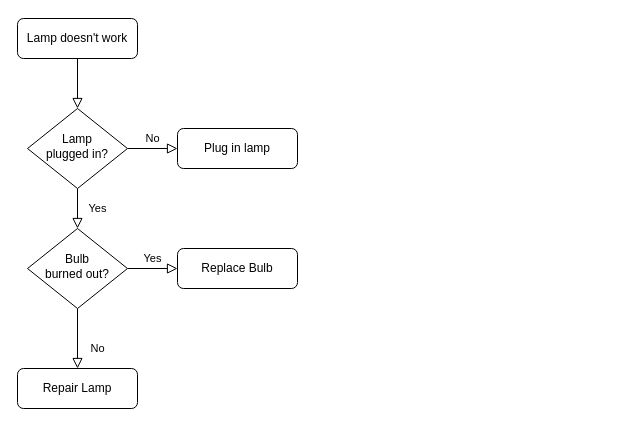
The draw.io diagram Flowchart.drawio in SacredDoggo/sem-6-project-diagrams, before the edit. Source tidied: cells renumbered, new cells numbered last; positions are measured from the earlier drawing's top-left corner, leaving out a move shared by most shapes. Both pictures are drawn from the tidied source at 100%, with x=0, y=0 at pixel (17, 18).
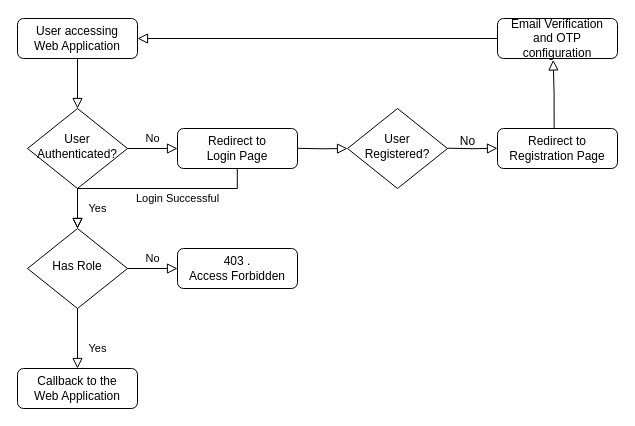
After the change.

Diff of the diagram source:
```diff
@@
-    <mxCell id="3" value="Lamp doesn't work" style="rounded=1;whiteSpace=wrap;html=1;fontSize=12;glass=0;strokeWidth=1;shadow=0;" parent="1" vertex="1">
+    <mxCell id="3" value="&lt;div&gt;User accessing&lt;/div&gt;&lt;div&gt;Web Application&lt;br&gt;&lt;/div&gt;" style="rounded=1;whiteSpace=wrap;html=1;fontSize=12;glass=0;strokeWidth=1;shadow=0;" parent="1" vertex="1">
       <mxGeometry width="120" height="40" as="geometry" />
     </mxCell>
@@
-    <mxCell id="6" value="Lamp&lt;br&gt;plugged in?" style="rhombus;whiteSpace=wrap;html=1;shadow=0;fontFamily=Helvetica;fontSize=12;align=center;strokeWidth=1;spacing=6;spacingTop=-4;" parent="1" vertex="1">
+    <mxCell id="6" value="User Authenticated?" style="rhombus;whiteSpace=wrap;html=1;shadow=0;fontFamily=Helvetica;fontSize=12;align=center;strokeWidth=1;spacing=6;spacingTop=-4;" parent="1" vertex="1">
       <mxGeometry x="10" y="90" width="100" height="80" as="geometry" />
     </mxCell>
-    <mxCell id="7" value="Plug in lamp" style="rounded=1;whiteSpace=wrap;html=1;fontSize=12;glass=0;strokeWidth=1;shadow=0;" parent="1" vertex="1">
+    <mxCell id="7" value="&lt;div&gt;Redirect to &lt;br&gt;&lt;/div&gt;&lt;div&gt;Login Page&lt;/div&gt;" style="rounded=1;whiteSpace=wrap;html=1;fontSize=12;glass=0;strokeWidth=1;shadow=0;" parent="1" vertex="1">
       <mxGeometry x="160" y="110" width="120" height="40" as="geometry" />
     </mxCell>
-    <mxCell id="8" value="No" style="rounded=0;html=1;jettySize=auto;fontSize=11;endArrow=block;endFill=0;endSize=8;strokeWidth=1;shadow=0;labelBackgroundColor=none;edgeStyle=orthogonalEdgeStyle;" parent="1" edge="1" source="10" target="11">
+    <mxCell id="8" value="Yes" style="rounded=0;html=1;jettySize=auto;fontSize=11;endArrow=block;endFill=0;endSize=8;strokeWidth=1;shadow=0;labelBackgroundColor=none;edgeStyle=orthogonalEdgeStyle;" parent="1" edge="1" source="10" target="11">
       <mxGeometry x="0.33" y="20" relative="1" as="geometry" />
     </mxCell>
-    <mxCell id="9" value="Yes" style="edgeStyle=orthogonalEdgeStyle;rounded=0;html=1;jettySize=auto;fontSize=11;endArrow=block;endFill=0;endSize=8;strokeWidth=1;shadow=0;labelBackgroundColor=none;" parent="1" edge="1" source="10" target="12">
+    <mxCell id="9" value="No" style="edgeStyle=orthogonalEdgeStyle;rounded=0;html=1;jettySize=auto;fontSize=11;endArrow=block;endFill=0;endSize=8;strokeWidth=1;shadow=0;labelBackgroundColor=none;" parent="1" edge="1" source="10" target="12">
       <mxGeometry y="10" relative="1" as="geometry" />
     </mxCell>
-    <mxCell id="10" value="Bulb&lt;br&gt;burned out?" style="rhombus;whiteSpace=wrap;html=1;shadow=0;fontFamily=Helvetica;fontSize=12;align=center;strokeWidth=1;spacing=6;spacingTop=-4;" parent="1" vertex="1">
+    <mxCell id="10" value="Has Role" style="rhombus;whiteSpace=wrap;html=1;shadow=0;fontFamily=Helvetica;fontSize=12;align=center;strokeWidth=1;spacing=6;spacingTop=-4;" parent="1" vertex="1">
       <mxGeometry x="10" y="210" width="100" height="80" as="geometry" />
     </mxCell>
-    <mxCell id="11" value="Repair Lamp" style="rounded=1;whiteSpace=wrap;html=1;fontSize=12;glass=0;strokeWidth=1;shadow=0;" parent="1" vertex="1">
+    <mxCell id="11" value="&lt;div&gt;Callback to the&lt;/div&gt;&lt;div&gt;Web Application&lt;br&gt;&lt;/div&gt;" style="rounded=1;whiteSpace=wrap;html=1;fontSize=12;glass=0;strokeWidth=1;shadow=0;" parent="1" vertex="1">
       <mxGeometry y="350" width="120" height="40" as="geometry" />
     </mxCell>
-    <mxCell id="12" value="Replace Bulb" style="rounded=1;whiteSpace=wrap;html=1;fontSize=12;glass=0;strokeWidth=1;shadow=0;" parent="1" vertex="1">
+    <mxCell id="12" value="&lt;div&gt;403 .&lt;/div&gt;&lt;div&gt;Access Forbidden&lt;/div&gt;" style="rounded=1;whiteSpace=wrap;html=1;fontSize=12;glass=0;strokeWidth=1;shadow=0;" parent="1" vertex="1">
       <mxGeometry x="160" y="230" width="120" height="40" as="geometry" />
     </mxCell>
+    <mxCell id="13" value="User Registered?" style="rhombus;whiteSpace=wrap;html=1;shadow=0;fontFamily=Helvetica;fontSize=12;align=center;strokeWidth=1;spacing=6;spacingTop=-4;" parent="1" vertex="1">
+      <mxGeometry x="330" y="90" width="100" height="80" as="geometry" />
+    </mxCell>
+    <mxCell id="14" style="edgeStyle=orthogonalEdgeStyle;rounded=0;html=1;jettySize=auto;fontSize=11;endArrow=block;endFill=0;endSize=8;strokeWidth=1;shadow=0;labelBackgroundColor=none;entryX=0;entryY=0.5;entryDx=0;entryDy=0;" parent="1" edge="1" target="13">
+      <mxGeometry x="0.62" y="80" relative="1" as="geometry">
+        <mxPoint x="280" y="129.8" as="sourcePoint" />
+        <mxPoint y="2" as="offset" />
+      </mxGeometry>
+    </mxCell>
+    <mxCell id="15" value="&lt;div&gt;Redirect to &lt;br&gt;&lt;/div&gt;&lt;div&gt;Registration Page&lt;/div&gt;" style="rounded=1;whiteSpace=wrap;html=1;fontSize=12;glass=0;strokeWidth=1;shadow=0;" parent="1" vertex="1">
+      <mxGeometry x="480" y="110" width="120" height="40" as="geometry" />
+    </mxCell>
+    <mxCell id="16" style="edgeStyle=orthogonalEdgeStyle;rounded=0;html=1;jettySize=auto;orthogonalLoop=1;fontSize=11;endArrow=block;endFill=0;endSize=8;strokeWidth=1;shadow=0;labelBackgroundColor=none;entryX=0;entryY=0.5;entryDx=0;entryDy=0;" parent="1" edge="1">
+      <mxGeometry x="0.62" y="80" relative="1" as="geometry">
+        <mxPoint x="430" y="129.7" as="sourcePoint" />
+        <mxPoint x="480" y="129.8" as="targetPoint" />
+        <mxPoint y="2" as="offset" />
+      </mxGeometry>
+    </mxCell>
+    <mxCell id="17" value="&lt;div&gt;Email Verification&lt;/div&gt;&lt;div&gt;and OTP configuration&lt;br&gt;&lt;/div&gt;" style="rounded=1;whiteSpace=wrap;html=1;fontSize=12;glass=0;strokeWidth=1;shadow=0;" parent="1" vertex="1">
+      <mxGeometry x="480" width="120" height="40" as="geometry" />
+    </mxCell>
+    <mxCell id="18" style="edgeStyle=orthogonalEdgeStyle;rounded=0;html=1;jettySize=auto;fontSize=11;endArrow=block;endFill=0;endSize=8;strokeWidth=1;shadow=0;labelBackgroundColor=none;entryX=0.464;entryY=1.036;entryDx=0;entryDy=0;exitX=0.472;exitY=0;exitDx=0;exitDy=0;exitPerimeter=0;entryPerimeter=0;" parent="1" edge="1" source="15" target="17">
+      <mxGeometry x="0.62" y="80" relative="1" as="geometry">
+        <mxPoint y="2" as="offset" />
+      </mxGeometry>
+    </mxCell>
+    <mxCell id="19" value="Login Successful" style="rounded=0;html=1;jettySize=auto;fontSize=11;endArrow=block;endFill=0;endSize=8;strokeWidth=1;shadow=0;labelBackgroundColor=none;edgeStyle=orthogonalEdgeStyle;" parent="1" edge="1" target="10">
+      <mxGeometry x="-0.27" y="10" relative="1" as="geometry">
+        <mxPoint x="219.8" y="150" as="sourcePoint" />
+        <Array as="points">
+          <mxPoint x="220" y="170" />
+          <mxPoint x="60" y="170" />
+        </Array>
+      </mxGeometry>
+    </mxCell>
+    <mxCell id="20" value="No" style="text;html=1;align=center;verticalAlign=middle;strokeColor=none;fillColor=none;" parent="1" vertex="1">
+      <mxGeometry x="430" y="108" width="40" height="30" as="geometry" />
+    </mxCell>
+    <mxCell id="21" style="edgeStyle=orthogonalEdgeStyle;rounded=0;html=1;jettySize=auto;fontSize=11;endArrow=block;endFill=0;endSize=8;strokeWidth=1;shadow=0;labelBackgroundColor=none;entryX=1;entryY=0.5;entryDx=0;entryDy=0;exitX=0;exitY=0.5;exitDx=0;exitDy=0;" parent="1" edge="1" source="17" target="3">
+      <mxGeometry x="0.62" y="80" relative="1" as="geometry">
+        <mxPoint y="2" as="offset" />
+      </mxGeometry>
+    </mxCell>
```
